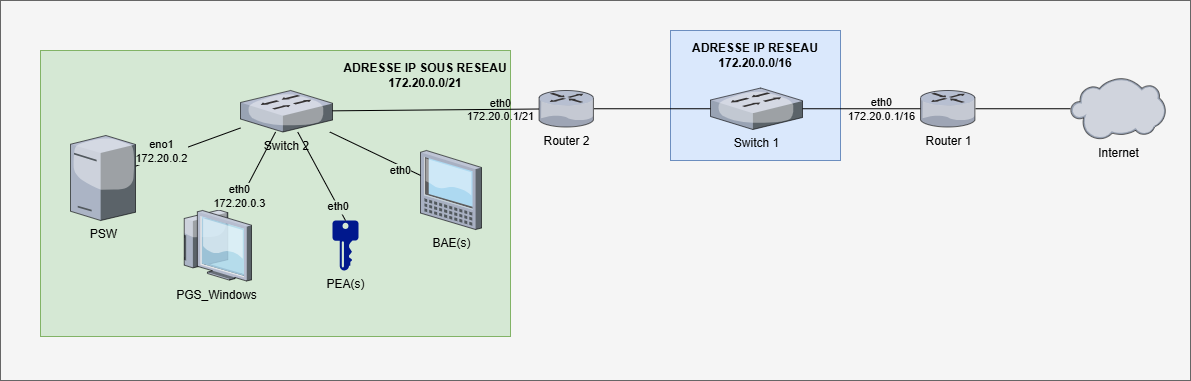
Earlier version of the draw.io export PartieCommune/Reseau/InfraReseau(finale).png (RobinMartineau/Acc-s-campus-). Source tidied: cells renumbered, new cells last; positions are measured from the earlier drawing's top-left corner, leaving out a move shared by most shapes.
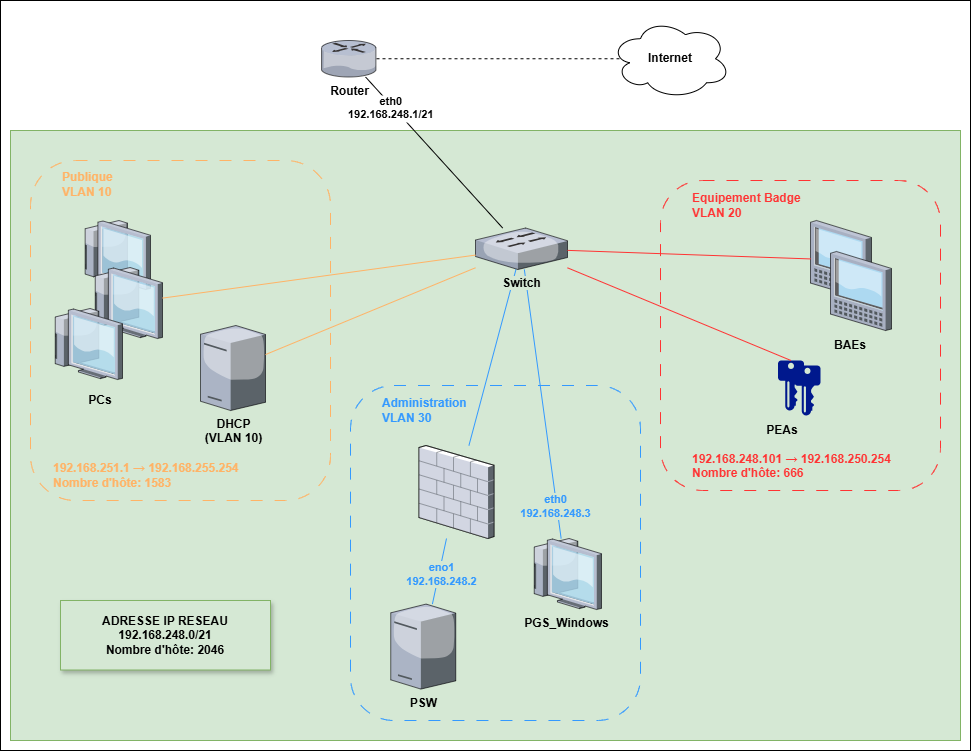
After the commit.

Commit message:
Modification du schemas reseau finale

The edit, as a diff of the source:
```diff
@@ -2,101 +2,131 @@
   <root>
     <mxCell id="0" />
     <mxCell id="1" parent="0" />
-    <mxCell id="2" style="rounded=0;whiteSpace=wrap;html=1;fillColor=#f5f5f5;fontColor=#333333;strokeColor=#666666;" parent="1" vertex="1">
-      <mxGeometry width="1190" height="380" as="geometry" />
-    </mxCell>
-    <mxCell id="3" style="rounded=0;whiteSpace=wrap;html=1;fillColor=#dae8fc;strokeColor=#6c8ebf;labelBackgroundColor=light-dark(#dae8fc, #ededed);" parent="1" vertex="1">
-      <mxGeometry x="670" y="30" width="170" height="130" as="geometry" />
-    </mxCell>
+    <mxCell id="30" style="rounded=0;whiteSpace=wrap;html=1;" parent="1" vertex="1">
+      <mxGeometry x="-130" y="-230" width="970" height="750" as="geometry" />
+    </mxCell>
     <mxCell id="4" style="rounded=0;whiteSpace=wrap;html=1;fillColor=#d5e8d4;strokeColor=#82b366;" parent="1" vertex="1">
-      <mxGeometry x="40" y="50" width="470" height="286" as="geometry" />
+      <mxGeometry x="-120" y="-100" width="950" height="610" as="geometry" />
     </mxCell>
+    <mxCell id="31" style="rounded=1;whiteSpace=wrap;html=1;fillColor=none;dashed=1;dashPattern=12 12;strokeColor=#FFB366;" parent="1" vertex="1">
+      <mxGeometry x="-100" y="-70" width="300" height="340" as="geometry" />
+    </mxCell>
+    <mxCell id="32" style="rounded=1;whiteSpace=wrap;html=1;fillColor=none;dashed=1;dashPattern=12 12;strokeColor=#3399FF;" parent="1" vertex="1">
+      <mxGeometry x="220" y="155" width="290" height="335" as="geometry" />
+    </mxCell>
+    <mxCell id="33" style="rounded=1;whiteSpace=wrap;html=1;dashed=1;dashPattern=12 12;fillColor=none;strokeColor=#FF3333;fontStyle=0;strokeWidth=1;perimeterSpacing=0;" parent="1" vertex="1">
+      <mxGeometry x="530" y="-50" width="280" height="310" as="geometry" />
+    </mxCell>
+    <mxCell id="34" style="shadow=0;dashed=0;html=1;strokeColor=none;labelPosition=center;verticalLabelPosition=bottom;verticalAlign=top;align=center;fillColor=#00188D;shape=mxgraph.mscae.enterprise.key_permissions;" parent="1" vertex="1">
+      <mxGeometry x="647.5" y="130" width="26" height="50" as="geometry" />
+    </mxCell>
-    <mxCell id="5" value="PGS_Windows" style="verticalLabelPosition=bottom;sketch=0;html=1;verticalAlign=top;strokeColor=none;align=center;outlineConnect=0;shape=mxgraph.citrix.thin_client;" parent="1" vertex="1">
-      <mxGeometry x="180" y="209.5" width="71" height="71" as="geometry" />
+    <mxCell id="5" value="&lt;b&gt;PGS_Windows&lt;/b&gt;" style="verticalLabelPosition=bottom;sketch=0;html=1;verticalAlign=top;strokeColor=none;align=center;outlineConnect=0;shape=mxgraph.citrix.thin_client;" parent="1" vertex="1">
+      <mxGeometry x="400" y="308" width="71" height="71" as="geometry" />
     </mxCell>
-    <mxCell id="6" value="PEA(s)" style="sketch=0;shadow=0;dashed=0;html=1;strokeColor=none;labelPosition=center;verticalLabelPosition=bottom;verticalAlign=top;align=center;fillColor=#00188D;shape=mxgraph.mscae.enterprise.key_permissions;" parent="1" vertex="1">
-      <mxGeometry x="332" y="220" width="26" height="50" as="geometry" />
+    <mxCell id="6" style="shadow=0;dashed=0;html=1;strokeColor=none;labelPosition=center;verticalLabelPosition=bottom;verticalAlign=top;align=center;fillColor=#00188D;shape=mxgraph.mscae.enterprise.key_permissions;" parent="1" vertex="1">
+      <mxGeometry x="664" y="135" width="26" height="50" as="geometry" />
     </mxCell>
-    <mxCell id="7" value="&lt;b&gt;ADRESSE IP SOUS RESEAU 172.20.0.0/21&lt;/b&gt;" style="text;html=1;align=center;verticalAlign=middle;whiteSpace=wrap;rounded=0;" parent="1" vertex="1">
-      <mxGeometry x="340" y="60" width="170" height="30" as="geometry" />
+    <mxCell id="7" value="&lt;span&gt;ADRESSE IP RESEAU 192.168.248.0/21&lt;/span&gt;&lt;div&gt;&lt;span&gt;Nombre d'hôte:&amp;nbsp;&lt;/span&gt;&lt;span style=&quot;background-color: transparent; color: light-dark(rgb(0, 0, 0), rgb(255, 255, 255));&quot;&gt;2046&lt;/span&gt;&lt;/div&gt;" style="text;html=1;align=center;verticalAlign=middle;whiteSpace=wrap;rounded=0;fontStyle=1;fillColor=#d5e8d4;strokeColor=#82b366;shadow=1;" parent="1" vertex="1">
+      <mxGeometry x="-70" y="370" width="210" height="69.5" as="geometry" />
     </mxCell>
-    <mxCell id="8" value="BAE(s)" style="verticalLabelPosition=bottom;sketch=0;html=1;verticalAlign=top;strokeColor=none;align=center;outlineConnect=0;shape=mxgraph.citrix.tablet_1;" parent="1" vertex="1">
-      <mxGeometry x="420" y="150" width="61" height="79" as="geometry" />
+    <mxCell id="8" style="verticalLabelPosition=bottom;sketch=0;html=1;verticalAlign=top;strokeColor=none;align=center;outlineConnect=0;shape=mxgraph.citrix.tablet_1;" parent="1" vertex="1">
+      <mxGeometry x="680" y="-10" width="61" height="79" as="geometry" />
     </mxCell>
-    <mxCell id="9" style="endArrow=none;html=1;rounded=0;" parent="1" edge="1" source="5" target="11">
+    <mxCell id="9" style="endArrow=none;html=1;rounded=0;strokeColor=#3399FF;" parent="1" edge="1" source="5" target="11">
       <mxGeometry relative="1" as="geometry" />
     </mxCell>
-    <mxCell id="10" value="eth0&lt;div&gt;172.20.0.3&lt;/div&gt;" style="edgeLabel;html=1;align=center;verticalAlign=middle;labelBackgroundColor=light-dark(#d5e8d4, #214210);" parent="9" vertex="1">
+    <mxCell id="10" value="eth0&lt;div&gt;192.168.248.3&lt;/div&gt;" style="edgeLabel;html=1;align=center;verticalAlign=middle;labelBackgroundColor=light-dark(#d5e8d4, #214210);fontStyle=1;fontColor=#3399FF;" parent="9" vertex="1">
       <mxGeometry x="0.15" y="-2" relative="1" as="geometry">
-        <mxPoint x="-21" y="29" as="offset" />
+        <mxPoint x="13" y="122" as="offset" />
       </mxGeometry>
     </mxCell>
+    <mxCell id="35" style="endArrow=none;html=1;rounded=0;strokeColor=#3399FF;" parent="1" edge="1" source="49" target="11">
+      <mxGeometry relative="1" as="geometry" />
+    </mxCell>
-    <mxCell id="11" value="Switch 2" style="verticalLabelPosition=bottom;sketch=0;html=1;verticalAlign=top;strokeColor=none;align=center;outlineConnect=0;shape=mxgraph.citrix.switch;" parent="1" vertex="1">
-      <mxGeometry x="240" y="90" width="92" height="41.5" as="geometry" />
+    <mxCell id="11" value="&lt;b style=&quot;background-color: light-dark(rgb(213, 232, 212), rgb(237, 237, 237));&quot;&gt;Switch&lt;/b&gt;" style="verticalLabelPosition=bottom;sketch=0;html=1;verticalAlign=top;strokeColor=none;align=center;outlineConnect=0;shape=mxgraph.citrix.switch;" parent="1" vertex="1">
+      <mxGeometry x="345" y="-2.5" width="92" height="41.5" as="geometry" />
     </mxCell>
-    <mxCell id="12" style="endArrow=none;html=1;rounded=0;" parent="1" edge="1" source="18" target="11">
-      <mxGeometry relative="1" as="geometry" />
-    </mxCell>
-    <mxCell id="13" value="eno1&lt;div&gt;172.20.0.2&lt;/div&gt;" style="edgeLabel;html=1;align=center;verticalAlign=middle;labelBackgroundColor=light-dark(#d5e8d4, #ededed);" parent="12" vertex="1">
-      <mxGeometry x="-0.61" y="-1" relative="1" as="geometry">
-        <mxPoint x="4" y="-9" as="offset" />
-      </mxGeometry>
-    </mxCell>
-    <mxCell id="14" style="endArrow=none;html=1;rounded=0;entryX=0.5;entryY=0;entryDx=0;entryDy=0;entryPerimeter=0;" parent="1" edge="1" source="11" target="6">
-      <mxGeometry relative="1" as="geometry" />
-    </mxCell>
-    <mxCell id="15" value="eth0" style="edgeLabel;align=center;verticalAlign=middle;labelBackgroundColor=light-dark(#d5e8d4, #ededed);" parent="14" vertex="1">
-      <mxGeometry x="-0.17" y="3" relative="1" as="geometry">
-        <mxPoint x="18" y="38" as="offset" />
-      </mxGeometry>
-    </mxCell>
-    <mxCell id="16" style="endArrow=none;html=1;rounded=0;" parent="1" edge="1" source="11" target="8">
+    <mxCell id="16" style="endArrow=none;html=1;rounded=0;strokeColor=#FF3333;" parent="1" edge="1" source="11" target="8">
       <mxGeometry relative="1" as="geometry" />
     </mxCell>
-    <mxCell id="17" value="eth0" style="edgeLabel;html=1;align=center;verticalAlign=middle;labelBackgroundColor=light-dark(#d5e8d4, #ededed);" parent="16" vertex="1">
-      <mxGeometry x="-0.28" y="-2" relative="1" as="geometry">
-        <mxPoint x="39" y="21" as="offset" />
-      </mxGeometry>
-    </mxCell>
-    <mxCell id="18" value="PSW" style="verticalLabelPosition=bottom;sketch=0;html=1;verticalAlign=top;strokeColor=none;align=center;outlineConnect=0;shape=mxgraph.citrix.tower_server;" parent="1" vertex="1">
-      <mxGeometry x="70" y="135" width="65" height="85" as="geometry" />
+    <mxCell id="18" value="&lt;b&gt;PSW&lt;/b&gt;" style="verticalLabelPosition=bottom;sketch=0;html=1;verticalAlign=top;strokeColor=none;align=center;outlineConnect=0;shape=mxgraph.citrix.tower_server;" parent="1" vertex="1">
+      <mxGeometry x="260.2" y="373.6" width="65" height="85" as="geometry" />
     </mxCell>
-    <mxCell id="19" value="Router 2" style="verticalLabelPosition=bottom;sketch=0;html=1;verticalAlign=top;strokeColor=none;align=center;outlineConnect=0;shape=mxgraph.citrix.router;" parent="1" vertex="1">
-      <mxGeometry x="538.5" y="90" width="55" height="36.5" as="geometry" />
+    <mxCell id="19" value="&lt;b&gt;Router&lt;/b&gt;" style="verticalLabelPosition=bottom;sketch=0;html=1;verticalAlign=top;strokeColor=none;align=center;outlineConnect=0;shape=mxgraph.citrix.router;" parent="1" vertex="1">
+      <mxGeometry x="191" y="-190" width="55" height="36.5" as="geometry" />
     </mxCell>
-    <mxCell id="20" value="&lt;b&gt;ADRESSE IP RESEAU 172.20.0.0/16&lt;/b&gt;" style="text;html=1;align=center;verticalAlign=middle;whiteSpace=wrap;rounded=0;" parent="1" vertex="1">
-      <mxGeometry x="670" y="40" width="170" height="30" as="geometry" />
-    </mxCell>
     <mxCell id="21" style="endArrow=none;html=1;rounded=0;" parent="1" edge="1" source="11" target="19">
       <mxGeometry relative="1" as="geometry" />
     </mxCell>
-    <mxCell id="22" value="eth0&#10;172.20.0.1/21" style="edgeLabel;align=center;verticalAlign=middle;labelBackgroundColor=none;textShadow=0;" parent="21" vertex="1">
+    <mxCell id="22" value="eth0&#10;192.168.248.1/21" style="edgeLabel;align=center;verticalAlign=middle;labelBackgroundColor=default;textShadow=0;fontStyle=1;" parent="21" vertex="1">
       <mxGeometry x="0.28" y="2" relative="1" as="geometry">
-        <mxPoint x="36" y="1" as="offset" />
+        <mxPoint x="-23" y="-26" as="offset" />
       </mxGeometry>
     </mxCell>
-    <mxCell id="23" value="Router 1" style="verticalLabelPosition=bottom;sketch=0;html=1;verticalAlign=top;strokeColor=none;align=center;outlineConnect=0;shape=mxgraph.citrix.router;" parent="1" vertex="1">
-      <mxGeometry x="920" y="90" width="55" height="36.5" as="geometry" />
-    </mxCell>
-    <mxCell id="24" value="Switch 1" style="verticalLabelPosition=bottom;sketch=0;html=1;verticalAlign=top;strokeColor=none;align=center;outlineConnect=0;shape=mxgraph.citrix.switch;" parent="1" vertex="1">
-      <mxGeometry x="710" y="87.5" width="92" height="41.5" as="geometry" />
-    </mxCell>
-    <mxCell id="25" style="endArrow=none;html=1;rounded=0;" parent="1" edge="1" source="24" target="19">
-      <mxGeometry relative="1" as="geometry" />
-    </mxCell>
-    <mxCell id="26" style="endArrow=none;html=1;rounded=0;" parent="1" edge="1" source="23" target="24">
-      <mxGeometry relative="1" as="geometry" />
-    </mxCell>
-    <mxCell id="27" value="eth0&lt;div&gt;172.20.0.1/16&lt;/div&gt;" style="edgeLabel;html=1;align=center;verticalAlign=middle;labelBackgroundColor=none;" parent="26" vertex="1">
-      <mxGeometry x="-0.21" y="1" relative="1" as="geometry">
-        <mxPoint x="6" y="-1" as="offset" />
-      </mxGeometry>
-    </mxCell>
+    <mxCell id="36" value="192.168.248.101 → 192.168.250.254 Nombre d'hôte: 666" style="text;whiteSpace=wrap;html=1;fontColor=#FF3333;fontStyle=1;" parent="1" vertex="1">
+      <mxGeometry x="560" y="215" width="230" height="40" as="geometry" />
+    </mxCell>
+    <mxCell id="37" value="&lt;div&gt;Equipement Badge&lt;/div&gt;VLAN 20" style="text;html=1;align=left;verticalAlign=middle;whiteSpace=wrap;rounded=0;fontColor=#FF3333;fontStyle=1;" parent="1" vertex="1">
+      <mxGeometry x="560" y="-40" width="120" height="30" as="geometry" />
+    </mxCell>
+    <mxCell id="38" style="endArrow=none;html=1;rounded=0;entryX=0.5;entryY=0;entryDx=0;entryDy=0;entryPerimeter=0;strokeColor=#FF3333;" parent="1" edge="1" source="11" target="34">
+      <mxGeometry relative="1" as="geometry" />
+    </mxCell>
+    <mxCell id="39" style="verticalLabelPosition=bottom;sketch=0;html=1;verticalAlign=top;strokeColor=none;align=center;shape=mxgraph.citrix.tablet_1;" parent="1" vertex="1">
+      <mxGeometry x="700" y="21" width="61" height="79" as="geometry" />
+    </mxCell>
+    <mxCell id="40" value="&lt;span style=&quot;text-wrap-mode: nowrap;&quot;&gt;BAEs&lt;/span&gt;" style="text;html=1;align=center;verticalAlign=middle;whiteSpace=wrap;rounded=0;fontStyle=1;" parent="1" vertex="1">
+      <mxGeometry x="690" y="100" width="60" height="30" as="geometry" />
+    </mxCell>
+    <mxCell id="41" value="PEAs" style="text;html=1;align=center;verticalAlign=middle;whiteSpace=wrap;rounded=0;fontStyle=1;" parent="1" vertex="1">
+      <mxGeometry x="621.5" y="185" width="60" height="30" as="geometry" />
+    </mxCell>
+    <mxCell id="42" value="Publique&lt;div&gt;&lt;font&gt;VLAN 10&lt;/font&gt;&lt;/div&gt;" style="text;html=1;align=left;verticalAlign=middle;whiteSpace=wrap;rounded=0;fontStyle=1;fontColor=#FFB366;" parent="1" vertex="1">
+      <mxGeometry x="-70" y="-61" width="60" height="30" as="geometry" />
+    </mxCell>
+    <mxCell id="43" value="PCs" style="text;html=1;align=center;verticalAlign=middle;whiteSpace=wrap;rounded=0;fontStyle=1;" parent="1" vertex="1">
+      <mxGeometry x="-60" y="155" width="60" height="30" as="geometry" />
+    </mxCell>
+    <mxCell id="44" value="Administration&lt;div&gt;VLAN 30&lt;/div&gt;" style="text;html=1;align=left;verticalAlign=middle;whiteSpace=wrap;rounded=0;fontColor=#3399FF;fontStyle=1;" parent="1" vertex="1">
+      <mxGeometry x="250" y="165" width="60" height="30" as="geometry" />
+    </mxCell>
+    <mxCell id="45" style="verticalLabelPosition=bottom;sketch=0;html=1;verticalAlign=top;strokeColor=none;align=center;shape=mxgraph.citrix.thin_client;" parent="1" vertex="1">
+      <mxGeometry x="-49" y="-10" width="69" height="69" as="geometry" />
+    </mxCell>
+    <mxCell id="46" style="verticalLabelPosition=bottom;sketch=0;html=1;verticalAlign=top;strokeColor=none;align=center;outlineConnect=0;shape=mxgraph.citrix.thin_client;" parent="1" vertex="1">
+      <mxGeometry x="-39" y="37" width="71" height="71" as="geometry" />
+    </mxCell>
+    <mxCell id="47" style="verticalLabelPosition=bottom;sketch=0;html=1;verticalAlign=top;strokeColor=none;align=center;shape=mxgraph.citrix.thin_client;" parent="1" vertex="1">
+      <mxGeometry x="-79" y="78" width="71" height="71" as="geometry" />
+    </mxCell>
+    <mxCell id="48" style="endArrow=none;html=1;rounded=0;strokeColor=#FFB366;" parent="1" edge="1" source="46" target="11">
+      <mxGeometry relative="1" as="geometry" />
+    </mxCell>
-    <mxCell id="28" value="Internet" style="verticalLabelPosition=bottom;sketch=0;html=1;verticalAlign=top;strokeColor=none;align=center;outlineConnect=0;shape=mxgraph.citrix.cloud;" parent="1" vertex="1">
-      <mxGeometry x="1070" y="77.2" width="95" height="62" as="geometry" />
+    <mxCell id="28" value="&lt;b&gt;Internet&lt;/b&gt;" style="ellipse;shape=cloud;whiteSpace=wrap;html=1;" parent="1" vertex="1">
+      <mxGeometry x="480" y="-211.8" width="120" height="80" as="geometry" />
     </mxCell>
-    <mxCell id="29" style="endArrow=none;html=1;rounded=0;" parent="1" edge="1" source="28" target="23">
-      <mxGeometry relative="1" as="geometry" />
-    </mxCell>
+    <mxCell id="49" style="verticalLabelPosition=bottom;sketch=0;html=1;verticalAlign=top;strokeColor=none;align=center;outlineConnect=0;shape=mxgraph.citrix.firewall;" parent="1" vertex="1">
+      <mxGeometry x="288.5" y="215" width="75" height="93" as="geometry" />
+    </mxCell>
+    <mxCell id="50" style="endArrow=none;html=1;rounded=0;strokeColor=#3399FF;" parent="1" edge="1" source="18" target="49">
+      <mxGeometry relative="1" as="geometry" />
+    </mxCell>
+    <mxCell id="51" value="eno1&lt;div&gt;192.168.248.2&lt;/div&gt;" style="edgeLabel;html=1;align=center;verticalAlign=middle;labelBackgroundColor=light-dark(#d5e8d4, #32b532);fontStyle=1;fontColor=#3399FF;" parent="50" vertex="1">
+      <mxGeometry x="0.17" y="-2" relative="1" as="geometry">
+        <mxPoint x="-2" y="8" as="offset" />
+      </mxGeometry>
+    </mxCell>
+    <mxCell id="52" style="endArrow=none;dashed=1;html=1;rounded=0;entryX=0.083;entryY=0.5;entryDx=0;entryDy=0;entryPerimeter=0;" parent="1" edge="1" source="19" target="28">
+      <mxGeometry relative="1" as="geometry" />
+    </mxCell>
+    <mxCell id="53" value="192.168.251.1 → 192.168.255.254&lt;br&gt;&lt;div&gt;Nombre d'hôte: 1583&lt;/div&gt;" style="text;html=1;align=left;verticalAlign=middle;whiteSpace=wrap;rounded=0;fontStyle=1;fontColor=#FFB366;" parent="1" vertex="1">
+      <mxGeometry x="-79" y="230" width="200" height="30" as="geometry" />
+    </mxCell>
+    <mxCell id="54" value="&lt;b&gt;DHCP&lt;/b&gt;&lt;div&gt;&lt;b&gt;(VLAN 10)&lt;/b&gt;&lt;/div&gt;" style="verticalLabelPosition=bottom;sketch=0;html=1;verticalAlign=top;strokeColor=none;align=center;outlineConnect=0;shape=mxgraph.citrix.license_server;" parent="1" vertex="1">
+      <mxGeometry x="70" y="95" width="65" height="85" as="geometry" />
+    </mxCell>
+    <mxCell id="55" style="endArrow=none;html=1;rounded=0;strokeColor=#FFB366;" parent="1" edge="1" source="54" target="11">
+      <mxGeometry relative="1" as="geometry" />
+    </mxCell>
   </root>
 </mxGraphModel>
```
